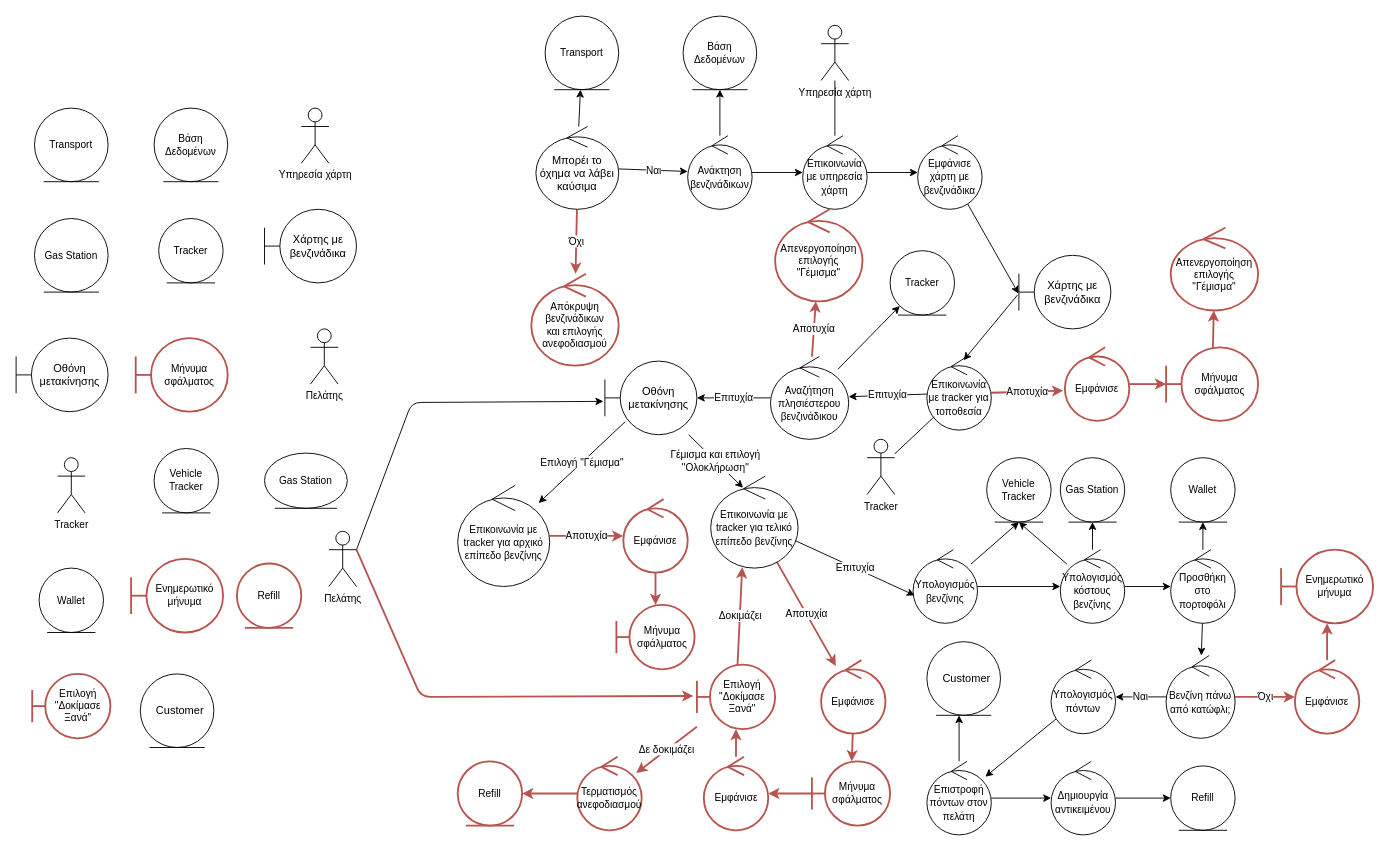
Above: Part_2/Robustness/diagrams/13_Ανεφοδιασμός_Οχήματος.drawio in Nikolis2002/texnoligia_logismikou (draw.io), before the change. Source tidied: cells renumbered, new cells numbered last; positions are measured from the earlier drawing's top-left corner, leaving out a move shared by most shapes. Both pictures are drawn from the tidied source at 92%, with x=0, y=0 at pixel (16, 16).
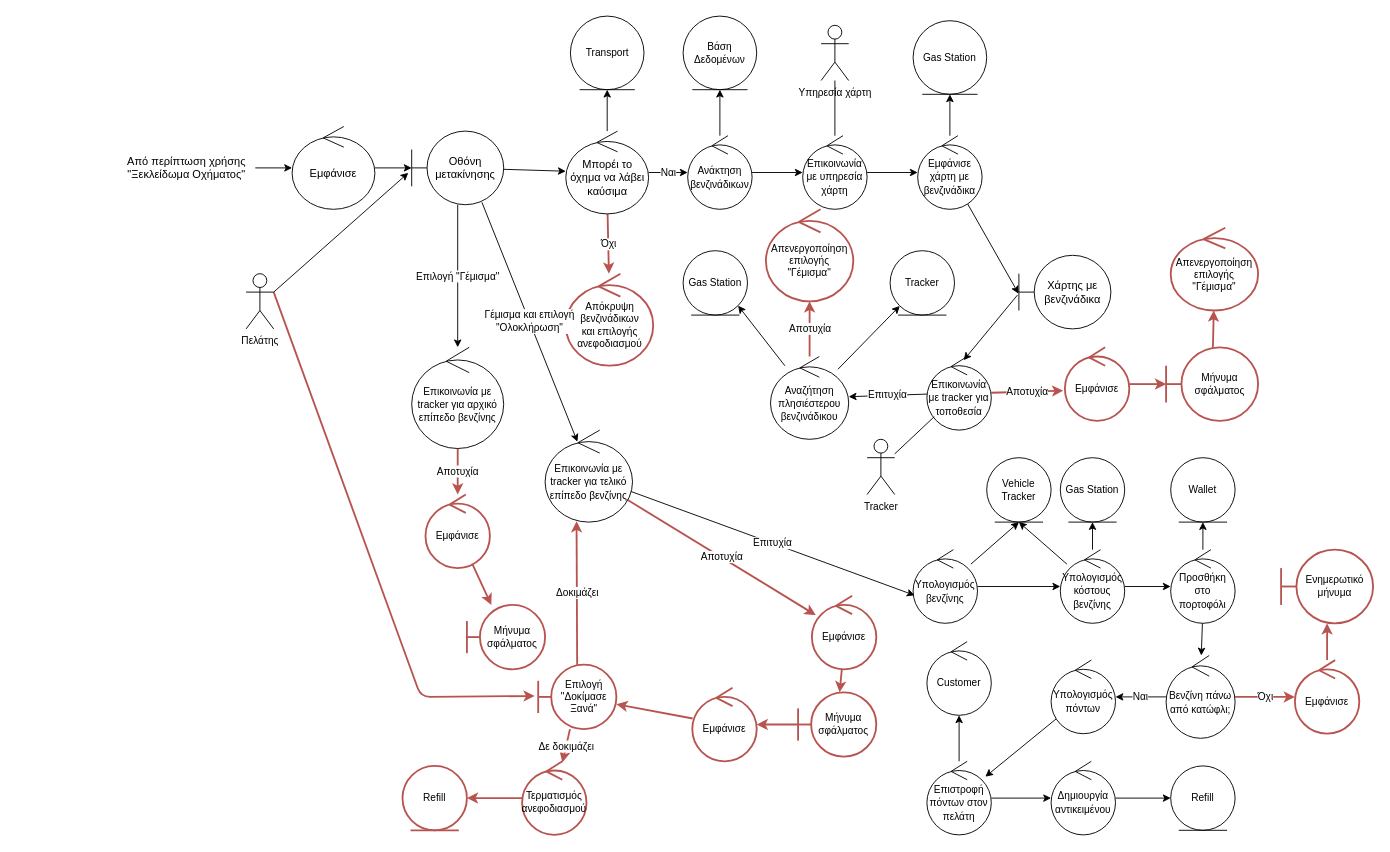
The same page after the edit.

The change refers to these unchanged cells:
```xml
<mxCell id="20" value="&lt;font style=&quot;font-size: 11px;&quot;&gt;Εμφάνισε χάρτη με βενζινάδικα&lt;/font&gt;" style="ellipse;shape=umlControl;whiteSpace=wrap;html=1;" parent="1" vertex="1">
  <mxGeometry x="980" y="130" width="70" height="80" as="geometry" />
</mxCell>
<mxCell id="29" value="&lt;font style=&quot;font-size: 11px;&quot;&gt;Αναζήτηση πλησιέστερου βενζινάδικου&lt;/font&gt;" style="ellipse;shape=umlControl;whiteSpace=wrap;html=1;" parent="1" vertex="1">
  <mxGeometry x="820" y="370" width="85" height="90" as="geometry" />
</mxCell>
<mxCell id="82" value="&lt;span style=&quot;font-size: 11px;&quot;&gt;Επιστροφή πόντων στον πελάτη&lt;/span&gt;" style="ellipse;shape=umlControl;whiteSpace=wrap;html=1;" parent="1" vertex="1">
  <mxGeometry x="990" y="810" width="70" height="80" as="geometry" />
</mxCell>
```

What changed in the source:
```diff
@@
     <mxCell id="5" value="Μπορέι το όχημα να λάβει καύσιμα" style="ellipse;shape=umlControl;whiteSpace=wrap;html=1;" parent="1" vertex="1">
-      <mxGeometry x="565" y="120" width="90" height="90" as="geometry" />
+      <mxGeometry x="597.5" y="125" width="90" height="90" as="geometry" />
     </mxCell>
@@
     <mxCell id="10" value="Απόκρυψη βενζινάδικων&lt;br&gt;και επιλογής&lt;br&gt;ανεφοδιασμού" style="ellipse;shape=umlControl;whiteSpace=wrap;html=1;fontSize=11;strokeColor=#b85450;fillColor=none;strokeWidth=2;" parent="1" vertex="1">
-      <mxGeometry x="560" y="280" width="95" height="100" as="geometry" />
+      <mxGeometry x="597.5" y="280" width="95" height="100" as="geometry" />
     </mxCell>
     <mxCell id="11" value="Transport" style="ellipse;shape=umlEntity;whiteSpace=wrap;html=1;fontSize=11;" parent="1" vertex="1">
-      <mxGeometry x="575" width="80" height="80" as="geometry" />
+      <mxGeometry x="602.5" width="80" height="80" as="geometry" />
     </mxCell>
-    <mxCell id="12" style="edgeStyle=none;html=1;exitX=1;exitY=0.3333333333333333;exitDx=0;exitDy=0;exitPerimeter=0;entryX=-0.017;entryY=0.547;entryDx=0;entryDy=0;entryPerimeter=0;" parent="1" edge="1" source="14" target="40">
-      <mxGeometry relative="1" as="geometry">
-        <Array as="points">
-          <mxPoint x="430" y="420" />
-        </Array>
-      </mxGeometry>
-    </mxCell>
@@
+    <mxCell id="98" style="edgeStyle=none;html=1;exitX=1;exitY=0.3333333333333333;exitDx=0;exitDy=0;exitPerimeter=0;entryX=-0.037;entryY=0.567;entryDx=0;entryDy=0;entryPerimeter=0;" parent="1" edge="1" source="14" target="89">
+      <mxGeometry relative="1" as="geometry" />
+    </mxCell>
     <mxCell id="14" value="Πελάτης" style="shape=umlActor;verticalLabelPosition=bottom;verticalAlign=top;html=1;fontSize=11;" parent="1" vertex="1">
-      <mxGeometry x="340" y="560" width="30" height="60" as="geometry" />
+      <mxGeometry x="250" y="280" width="30" height="60" as="geometry" />
     </mxCell>
@@
+    <mxCell id="107" style="edgeStyle=none;html=1;endArrow=classic;endFill=1;" parent="1" edge="1" source="20" target="108">
+      <mxGeometry relative="1" as="geometry" />
+    </mxCell>
@@
+    <mxCell id="108" value="Gas Station" style="ellipse;shape=umlEntity;whiteSpace=wrap;html=1;fontSize=11;" parent="1" vertex="1">
+      <mxGeometry x="975" y="5" width="80" height="80" as="geometry" />
+    </mxCell>
+    <mxCell id="109" style="edgeStyle=none;html=1;entryX=1;entryY=1;entryDx=0;entryDy=0;endArrow=classic;endFill=1;" parent="1" edge="1" source="29" target="110">
+      <mxGeometry relative="1" as="geometry" />
+    </mxCell>
@@
-    <mxCell id="27" value="Επιτυχία" style="edgeStyle=none;html=1;" parent="1" edge="1" source="29" target="40">
-      <mxGeometry relative="1" as="geometry" />
-    </mxCell>
@@
+    <mxCell id="110" value="Gas Station" style="ellipse;shape=umlEntity;whiteSpace=wrap;html=1;fontSize=11;" parent="1" vertex="1">
+      <mxGeometry x="725" y="255" width="70" height="70" as="geometry" />
+    </mxCell>
@@
-    <mxCell id="38" value="Επιλογή &quot;Γέμισμα&quot;" style="edgeStyle=none;html=1;exitX=0.22;exitY=0.825;exitDx=0;exitDy=0;exitPerimeter=0;" parent="1" edge="1" source="40" target="43">
+    <mxCell id="38" value="Επιλογή &quot;Γέμισμα&quot;" style="edgeStyle=none;html=1;" parent="1" edge="1" source="89" target="43">
       <mxGeometry relative="1" as="geometry" />
     </mxCell>
-    <mxCell id="39" value="Γέμισμα και επιλογή&lt;br&gt;&quot;Ολοκλήρωση&quot;" style="edgeStyle=none;html=1;entryX=0.37;entryY=0.127;entryDx=0;entryDy=0;entryPerimeter=0;" parent="1" edge="1" source="40" target="46">
+    <mxCell id="39" value="Γέμισμα και επιλογή&lt;br&gt;&quot;Ολοκλήρωση&quot;" style="edgeStyle=none;html=1;entryX=0.37;entryY=0.127;entryDx=0;entryDy=0;entryPerimeter=0;exitX=0.763;exitY=0.967;exitDx=0;exitDy=0;exitPerimeter=0;" parent="1" edge="1" source="89" target="46">
       <mxGeometry relative="1" as="geometry" />
     </mxCell>
-    <mxCell id="40" value="Οθόνη μετακίνησης" style="shape=umlBoundary;whiteSpace=wrap;html=1;" parent="1" vertex="1">
-      <mxGeometry x="640" y="375" width="100" height="80" as="geometry" />
-    </mxCell>
     <mxCell id="41" value="&lt;font style=&quot;font-size: 11px;&quot;&gt;Απενεργοποίηση επιλογής &quot;Γέμισμα&quot;&lt;/font&gt;" style="ellipse;shape=umlControl;whiteSpace=wrap;html=1;fontSize=11;fillColor=none;strokeColor=#b85450;strokeWidth=2;" parent="1" vertex="1">
-      <mxGeometry x="825" y="210" width="95" height="100" as="geometry" />
+      <mxGeometry x="815" y="210" width="95" height="100" as="geometry" />
     </mxCell>
@@
     <mxCell id="43" value="&lt;font style=&quot;font-size: 11px;&quot;&gt;Επικοινωνία με tracker για αρχικό επίπεδο βενζίνης&lt;/font&gt;" style="ellipse;shape=umlControl;whiteSpace=wrap;html=1;" parent="1" vertex="1">
-      <mxGeometry x="480" y="510" width="100" height="110" as="geometry" />
+      <mxGeometry x="430" y="360" width="100" height="110" as="geometry" />
     </mxCell>
@@
     <mxCell id="46" value="&lt;span style=&quot;font-size: 11px;&quot;&gt;Επικοινωνία με tracker για τελικό επίπεδο βενζίνης&lt;/span&gt;" style="ellipse;shape=umlControl;whiteSpace=wrap;html=1;" parent="1" vertex="1">
-      <mxGeometry x="755" y="500" width="95" height="100" as="geometry" />
+      <mxGeometry x="575" y="450" width="95" height="100" as="geometry" />
     </mxCell>
@@
     <mxCell id="48" value="&lt;font style=&quot;font-size: 11px;&quot;&gt;Εμφάνισε&lt;/font&gt;" style="ellipse;shape=umlControl;whiteSpace=wrap;html=1;fontSize=11;fillColor=none;strokeColor=#b85450;strokeWidth=2;" parent="1" vertex="1">
-      <mxGeometry x="660" y="525" width="70" height="80" as="geometry" />
+      <mxGeometry x="445" y="520" width="70" height="80" as="geometry" />
     </mxCell>
     <mxCell id="49" value="Μήνυμα σφάλματος" style="shape=umlBoundary;whiteSpace=wrap;html=1;fontSize=11;fillColor=none;strokeColor=#b85450;strokeWidth=2;" parent="1" vertex="1">
-      <mxGeometry x="652.5" y="640" width="85" height="70" as="geometry" />
+      <mxGeometry x="490" y="640" width="85" height="70" as="geometry" />
     </mxCell>
@@
     <mxCell id="51" value="&lt;font style=&quot;font-size: 11px;&quot;&gt;Εμφάνισε&lt;/font&gt;" style="ellipse;shape=umlControl;whiteSpace=wrap;html=1;fontSize=11;fillColor=none;strokeColor=#b85450;strokeWidth=2;" parent="1" vertex="1">
-      <mxGeometry x="875" y="700" width="70" height="80" as="geometry" />
+      <mxGeometry x="865" y="630" width="70" height="80" as="geometry" />
     </mxCell>
@@
     <mxCell id="53" value="Μήνυμα σφάλματος" style="shape=umlBoundary;whiteSpace=wrap;html=1;fontSize=11;fillColor=none;strokeColor=#b85450;strokeWidth=2;" parent="1" vertex="1">
-      <mxGeometry x="865" y="810" width="85" height="70" as="geometry" />
+      <mxGeometry x="850" y="735" width="85" height="70" as="geometry" />
     </mxCell>
@@
     <mxCell id="56" value="Επιλογή &quot;Δοκίμασε Ξανά&quot;" style="shape=umlBoundary;whiteSpace=wrap;html=1;fontSize=11;fillColor=none;strokeColor=#b85450;strokeWidth=2;" parent="1" vertex="1">
-      <mxGeometry x="740" y="705" width="85" height="70" as="geometry" />
+      <mxGeometry x="567.5" y="705" width="85" height="70" as="geometry" />
     </mxCell>
@@
     <mxCell id="58" value="&lt;font style=&quot;font-size: 11px;&quot;&gt;Εμφάνισε&lt;/font&gt;" style="ellipse;shape=umlControl;whiteSpace=wrap;html=1;fontSize=11;fillColor=none;strokeColor=#b85450;strokeWidth=2;" parent="1" vertex="1">
-      <mxGeometry x="747.5" y="805" width="70" height="80" as="geometry" />
+      <mxGeometry x="735" y="730" width="70" height="80" as="geometry" />
     </mxCell>
@@
     <mxCell id="73" value="&lt;font style=&quot;font-size: 11px;&quot;&gt;Τερματισμός ανεφοδιασμού&lt;/font&gt;" style="ellipse;shape=umlControl;whiteSpace=wrap;html=1;fontSize=11;fillColor=none;strokeColor=#b85450;strokeWidth=2;" parent="1" vertex="1">
-      <mxGeometry x="610" y="805" width="70" height="80" as="geometry" />
+      <mxGeometry x="550" y="810" width="70" height="80" as="geometry" />
     </mxCell>
     <mxCell id="74" value="Refill" style="ellipse;shape=umlEntity;whiteSpace=wrap;html=1;fontSize=11;fillColor=none;strokeColor=#b85450;strokeWidth=2;" parent="1" vertex="1">
-      <mxGeometry x="480" y="810" width="70" height="70" as="geometry" />
+      <mxGeometry x="420" y="815" width="70" height="70" as="geometry" />
     </mxCell>
@@
-    <mxCell id="80" style="edgeStyle=none;html=1;" parent="1" edge="1" source="82">
-      <mxGeometry relative="1" as="geometry">
-        <mxPoint x="1025" y="760" as="targetPoint" />
-      </mxGeometry>
+    <mxCell id="80" style="edgeStyle=none;html=1;" parent="1" edge="1" source="82" target="111">
+      <mxGeometry relative="1" as="geometry" />
     </mxCell>
@@
+    <mxCell id="111" value="&lt;span style=&quot;font-size: 11px;&quot;&gt;Customer&lt;/span&gt;" style="ellipse;shape=umlControl;whiteSpace=wrap;html=1;" parent="1" vertex="1">
+      <mxGeometry x="990" y="680" width="70" height="80" as="geometry" />
+    </mxCell>
@@
+    <mxCell id="90" style="edgeStyle=none;html=1;" parent="1" edge="1" source="89" target="5">
+      <mxGeometry relative="1" as="geometry" />
+    </mxCell>
-    <mxCell id="89" value="Πελάτης" style="shape=umlActor;verticalLabelPosition=bottom;verticalAlign=top;html=1;fontSize=11;" parent="1" vertex="1">
-      <mxGeometry x="320" y="340" width="30" height="60" as="geometry" />
+    <mxCell id="89" value="Οθόνη μετακίνησης" style="shape=umlBoundary;whiteSpace=wrap;html=1;" parent="1" vertex="1">
+      <mxGeometry x="430" y="125" width="100" height="80" as="geometry" />
     </mxCell>
-    <mxCell id="90" value="Transport" style="ellipse;shape=umlEntity;whiteSpace=wrap;html=1;fontSize=11;" parent="1" vertex="1">
-      <mxGeometry x="20" y="100" width="80" height="80" as="geometry" />
-    </mxCell>
-    <mxCell id="91" value="Βάση Δεδομένων" style="ellipse;shape=umlEntity;whiteSpace=wrap;html=1;fontSize=11;" parent="1" vertex="1">
-      <mxGeometry x="150" y="100" width="80" height="80" as="geometry" />
-    </mxCell>
-    <mxCell id="92" value="Υπηρεσία χάρτη" style="shape=umlActor;verticalLabelPosition=bottom;verticalAlign=top;html=1;fontSize=11;" parent="1" vertex="1">
-      <mxGeometry x="310" y="100" width="30" height="60" as="geometry" />
-    </mxCell>
+    <mxCell id="97" style="edgeStyle=none;html=1;" parent="1" edge="1" source="93" target="95">
+      <mxGeometry relative="1" as="geometry" />
+    </mxCell>
-    <mxCell id="93" value="Gas Station" style="ellipse;shape=umlEntity;whiteSpace=wrap;html=1;fontSize=11;" parent="1" vertex="1">
-      <mxGeometry x="20" y="220" width="80" height="80" as="geometry" />
+    <mxCell id="93" value="Από περίπτωση χρήσης&lt;br&gt;&quot;Ξεκλείδωμα Οχήματος&quot;" style="text;html=1;align=center;verticalAlign=middle;points=[];strokeColor=none;fillColor=none;" parent="1" vertex="1">
+      <mxGeometry x="110" y="145" width="150" height="40" as="geometry" />
     </mxCell>
-    <mxCell id="94" value="Tracker" style="ellipse;shape=umlEntity;whiteSpace=wrap;html=1;fontSize=11;" parent="1" vertex="1">
-      <mxGeometry x="155" y="220" width="70" height="70" as="geometry" />
-    </mxCell>
+    <mxCell id="96" style="edgeStyle=none;html=1;" parent="1" edge="1" source="95" target="89">
+      <mxGeometry relative="1" as="geometry" />
+    </mxCell>
-    <mxCell id="95" value="Χάρτης με βενζινάδικα" style="shape=umlBoundary;whiteSpace=wrap;html=1;" parent="1" vertex="1">
-      <mxGeometry x="270" y="210" width="100" height="80" as="geometry" />
+    <mxCell id="95" value="Εμφάνισε" style="ellipse;shape=umlControl;whiteSpace=wrap;html=1;" parent="1" vertex="1">
+      <mxGeometry x="300" y="120" width="90" height="90" as="geometry" />
     </mxCell>
-    <mxCell id="96" value="Οθόνη μετακίνησης" style="shape=umlBoundary;whiteSpace=wrap;html=1;" parent="1" vertex="1">
-      <mxGeometry y="350" width="100" height="80" as="geometry" />
-    </mxCell>
-    <mxCell id="97" value="Μήνυμα σφάλματος" style="shape=umlBoundary;whiteSpace=wrap;html=1;fontSize=11;fillColor=none;strokeColor=#b85450;strokeWidth=2;" parent="1" vertex="1">
-      <mxGeometry x="130" y="350" width="100" height="80" as="geometry" />
-    </mxCell>
-    <mxCell id="98" value="Tracker" style="shape=umlActor;verticalLabelPosition=bottom;verticalAlign=top;html=1;fontSize=11;" parent="1" vertex="1">
-      <mxGeometry x="45" y="480" width="30" height="60" as="geometry" />
-    </mxCell>
-    <mxCell id="99" value="Vehicle Tracker" style="ellipse;shape=umlEntity;whiteSpace=wrap;html=1;fontSize=11;" parent="1" vertex="1">
-      <mxGeometry x="150" y="470" width="70" height="70" as="geometry" />
-    </mxCell>
-    <mxCell id="100" value="Gas Station" style="ellipse;shape=umlEntity;whiteSpace=wrap;html=1;fontSize=11;" parent="1" vertex="1">
-      <mxGeometry x="270" y="475" width="90" height="60" as="geometry" />
-    </mxCell>
-    <mxCell id="101" value="Wallet" style="ellipse;shape=umlEntity;whiteSpace=wrap;html=1;fontSize=11;" parent="1" vertex="1">
-      <mxGeometry x="25" y="600" width="70" height="70" as="geometry" />
-    </mxCell>
-    <mxCell id="102" value="Ενημερωτικό μήνυμα" style="shape=umlBoundary;whiteSpace=wrap;html=1;fontSize=11;fillColor=none;strokeColor=#b85450;strokeWidth=2;" parent="1" vertex="1">
-      <mxGeometry x="125" y="590" width="100" height="80" as="geometry" />
-    </mxCell>
-    <mxCell id="103" value="&amp;nbsp; Customer" style="ellipse;shape=umlEntity;whiteSpace=wrap;html=1;" parent="1" vertex="1">
-      <mxGeometry x="990" y="680" width="80" height="80" as="geometry" />
-    </mxCell>
-    <mxCell id="104" value="Refill" style="ellipse;shape=umlEntity;whiteSpace=wrap;html=1;fontSize=11;fillColor=none;strokeColor=#b85450;strokeWidth=2;" parent="1" vertex="1">
-      <mxGeometry x="240" y="595" width="70" height="70" as="geometry" />
-    </mxCell>
-    <mxCell id="105" value="Επιλογή &quot;Δοκίμασε Ξανά&quot;" style="shape=umlBoundary;whiteSpace=wrap;html=1;fontSize=11;fillColor=none;strokeColor=#b85450;strokeWidth=2;" parent="1" vertex="1">
-      <mxGeometry x="17.5" y="715" width="85" height="70" as="geometry" />
-    </mxCell>
-    <mxCell id="106" value="&amp;nbsp; Customer" style="ellipse;shape=umlEntity;whiteSpace=wrap;html=1;" parent="1" vertex="1">
-      <mxGeometry x="135" y="715" width="80" height="80" as="geometry" />
-    </mxCell>
```
